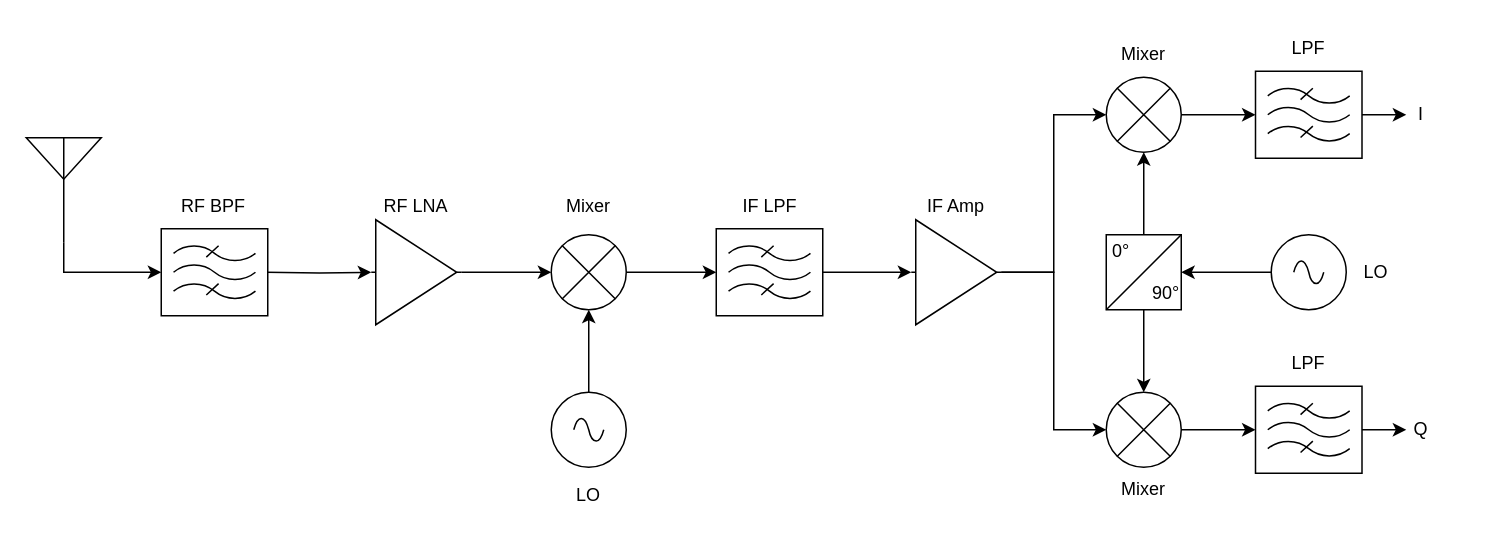
Earlier version of the draw.io diagram gitfigures/system_design/rf_front_end/superheterodynereceiver.drawio (Niclasapdk/esd5_project). Source tidied: cells renumbered, new cells numbered last; positions are measured from the earlier drawing's top-left corner, leaving out a move shared by most shapes. Both pictures are drawn from the tidied source at 150%, with x=0, y=0 at pixel (26, 26).
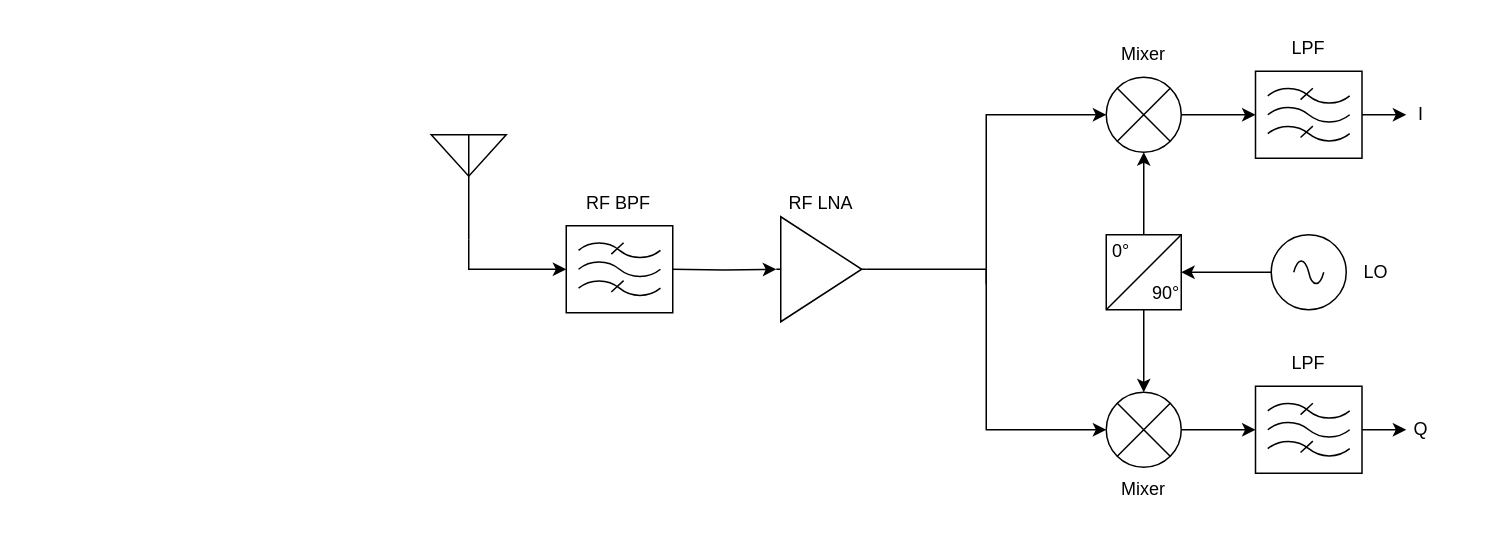
After the change.

The change refers to these unchanged cells:
```xml
<mxCell id="15" style="verticalLabelPosition=bottom;shadow=0;dashed=0;align=center;html=1;verticalAlign=top;shape=mxgraph.electrical.abstract.multiplier;" parent="1" vertex="1">
  <mxGeometry x="720" y="34" width="50" height="50" as="geometry" />
</mxCell>
<mxCell id="16" style="verticalLabelPosition=bottom;shadow=0;dashed=0;align=center;html=1;verticalAlign=top;shape=mxgraph.electrical.abstract.multiplier;" parent="1" vertex="1">
  <mxGeometry x="720" y="244" width="50" height="50" as="geometry" />
</mxCell>
```

Diff of the diagram source:
```diff
@@
     <mxCell id="2" style="edgeStyle=orthogonalEdgeStyle;rounded=0;jettySize=auto;html=1;entryX=0;entryY=0.5;entryDx=0;entryDy=0;entryPerimeter=0;" parent="1" edge="1" source="3">
       <mxGeometry relative="1" as="geometry">
-        <mxPoint x="90" y="164" as="targetPoint" />
+        <mxPoint x="360" y="162" as="targetPoint" />
         <Array as="points">
-          <mxPoint x="25" y="164" />
+          <mxPoint x="295" y="162" />
         </Array>
       </mxGeometry>
     </mxCell>
     <mxCell id="3" style="verticalLabelPosition=bottom;shadow=0;dashed=0;align=center;html=1;verticalAlign=top;shape=mxgraph.electrical.radio.aerial_-_antenna_2;" parent="1" vertex="1">
-      <mxGeometry y="74" width="50" height="70" as="geometry" />
+      <mxGeometry x="270" y="72" width="50" height="70" as="geometry" />
     </mxCell>
     <mxCell id="4" style="verticalLabelPosition=bottom;shadow=0;dashed=0;align=center;html=1;verticalAlign=top;shape=mxgraph.electrical.abstract.amplifier;" parent="1" vertex="1">
-      <mxGeometry x="230" y="129" width="60" height="70" as="geometry" />
+      <mxGeometry x="500" y="127" width="60" height="70" as="geometry" />
     </mxCell>
     <mxCell id="5" style="edgeStyle=orthogonalEdgeStyle;rounded=0;jettySize=auto;html=1;entryX=0;entryY=0.5;entryDx=0;entryDy=0;entryPerimeter=0;" parent="1" edge="1" target="4">
       <mxGeometry relative="1" as="geometry">
-        <mxPoint x="160" y="164" as="sourcePoint" />
+        <mxPoint x="430" y="162" as="sourcePoint" />
       </mxGeometry>
     </mxCell>
-    <mxCell id="6" style="verticalLabelPosition=bottom;shadow=0;dashed=0;align=center;html=1;verticalAlign=top;shape=mxgraph.electrical.abstract.multiplier;" parent="1" vertex="1">
-      <mxGeometry x="350" y="139" width="50" height="50" as="geometry" />
-    </mxCell>
-    <mxCell id="7" style="verticalLabelPosition=bottom;shadow=0;dashed=0;align=center;html=1;verticalAlign=top;shape=mxgraph.electrical.signal_sources.source;points=[[0.5,0,0],[1,0.5,0],[0.5,1,0],[0,0.5,0]];elSignalType=ac;" parent="1" vertex="1">
-      <mxGeometry x="350" y="244" width="50" height="50" as="geometry" />
-    </mxCell>
-    <mxCell id="8" style="edgeStyle=orthogonalEdgeStyle;rounded=0;jettySize=auto;html=1;entryX=0.5;entryY=1;entryDx=0;entryDy=0;entryPerimeter=0;" parent="1" edge="1" source="7" target="6">
-      <mxGeometry relative="1" as="geometry" />
-    </mxCell>
-    <mxCell id="9" style="edgeStyle=orthogonalEdgeStyle;rounded=0;jettySize=auto;html=1;entryX=0;entryY=0.5;entryDx=0;entryDy=0;entryPerimeter=0;" parent="1" edge="1" source="4" target="6">
-      <mxGeometry relative="1" as="geometry" />
-    </mxCell>
     <mxCell id="10" style="verticalLabelPosition=bottom;shadow=0;dashed=0;align=center;html=1;verticalAlign=top;shape=mxgraph.electrical.abstract.filter;" parent="1" vertex="1">
-      <mxGeometry x="90" y="135" width="71" height="58" as="geometry" />
+      <mxGeometry x="360" y="133" width="71" height="58" as="geometry" />
     </mxCell>
-    <mxCell id="11" style="verticalLabelPosition=bottom;shadow=0;dashed=0;align=center;html=1;verticalAlign=top;shape=mxgraph.electrical.abstract.filter;" parent="1" vertex="1">
-      <mxGeometry x="460" y="135" width="71" height="58" as="geometry" />
-    </mxCell>
-    <mxCell id="12" style="edgeStyle=orthogonalEdgeStyle;rounded=0;jettySize=auto;html=1;entryX=0;entryY=0.5;entryDx=0;entryDy=0;entryPerimeter=0;" parent="1" edge="1" source="6" target="11">
-      <mxGeometry relative="1" as="geometry" />
-    </mxCell>
-    <mxCell id="13" style="verticalLabelPosition=bottom;shadow=0;dashed=0;align=center;html=1;verticalAlign=top;shape=mxgraph.electrical.abstract.amplifier;" parent="1" vertex="1">
-      <mxGeometry x="590" y="129" width="60" height="70" as="geometry" />
-    </mxCell>
-    <mxCell id="14" style="edgeStyle=orthogonalEdgeStyle;rounded=0;jettySize=auto;html=1;entryX=0;entryY=0.5;entryDx=0;entryDy=0;entryPerimeter=0;" parent="1" edge="1" source="11" target="13">
-      <mxGeometry relative="1" as="geometry" />
-    </mxCell>
@@
-    <mxCell id="17" style="edgeStyle=orthogonalEdgeStyle;rounded=0;jettySize=auto;html=1;entryX=0;entryY=0.5;entryDx=0;entryDy=0;entryPerimeter=0;" parent="1" edge="1" source="13" target="15">
-      <mxGeometry relative="1" as="geometry" />
+    <mxCell id="17" style="edgeStyle=orthogonalEdgeStyle;rounded=0;jettySize=auto;html=1;entryX=0;entryY=0.5;entryDx=0;entryDy=0;entryPerimeter=0;" parent="1" edge="1" target="15">
+      <mxGeometry relative="1" as="geometry">
+        <mxPoint x="640" y="172" as="sourcePoint" />
+        <Array as="points">
+          <mxPoint x="640" y="165" />
+          <mxPoint x="640" y="59" />
+        </Array>
+      </mxGeometry>
     </mxCell>
-    <mxCell id="18" style="edgeStyle=orthogonalEdgeStyle;rounded=0;jettySize=auto;html=1;entryX=0;entryY=0.5;entryDx=0;entryDy=0;entryPerimeter=0;" parent="1" edge="1" source="13" target="16">
+    <mxCell id="18" style="edgeStyle=orthogonalEdgeStyle;rounded=0;jettySize=auto;html=1;entryX=0;entryY=0.5;entryDx=0;entryDy=0;entryPerimeter=0;exitX=1;exitY=0.5;exitDx=0;exitDy=0;exitPerimeter=0;" parent="1" edge="1" source="4" target="16">
       <mxGeometry relative="1" as="geometry" />
     </mxCell>
@@
     <mxCell id="35" value="RF BPF" style="text;html=1;align=center;verticalAlign=middle;whiteSpace=wrap;rounded=0;" parent="1" vertex="1">
-      <mxGeometry x="95" y="105" width="60" height="30" as="geometry" />
+      <mxGeometry x="365" y="103" width="60" height="30" as="geometry" />
     </mxCell>
     <mxCell id="36" value="RF LNA" style="text;html=1;align=center;verticalAlign=middle;whiteSpace=wrap;rounded=0;" parent="1" vertex="1">
-      <mxGeometry x="230" y="105" width="60" height="30" as="geometry" />
+      <mxGeometry x="500" y="103" width="60" height="30" as="geometry" />
     </mxCell>
-    <mxCell id="37" value="Mixer" style="text;html=1;align=center;verticalAlign=middle;whiteSpace=wrap;rounded=0;" parent="1" vertex="1">
-      <mxGeometry x="345" y="105" width="60" height="30" as="geometry" />
-    </mxCell>
-    <mxCell id="38" value="LO" style="text;html=1;align=center;verticalAlign=middle;whiteSpace=wrap;rounded=0;" parent="1" vertex="1">
-      <mxGeometry x="345" y="298" width="60" height="30" as="geometry" />
-    </mxCell>
-    <mxCell id="39" value="IF LPF" style="text;html=1;align=center;verticalAlign=middle;whiteSpace=wrap;rounded=0;" parent="1" vertex="1">
-      <mxGeometry x="466" y="105" width="60" height="30" as="geometry" />
-    </mxCell>
-    <mxCell id="40" value="IF Amp" style="text;html=1;align=center;verticalAlign=middle;whiteSpace=wrap;rounded=0;" parent="1" vertex="1">
-      <mxGeometry x="590" y="105" width="60" height="30" as="geometry" />
-    </mxCell>
```
